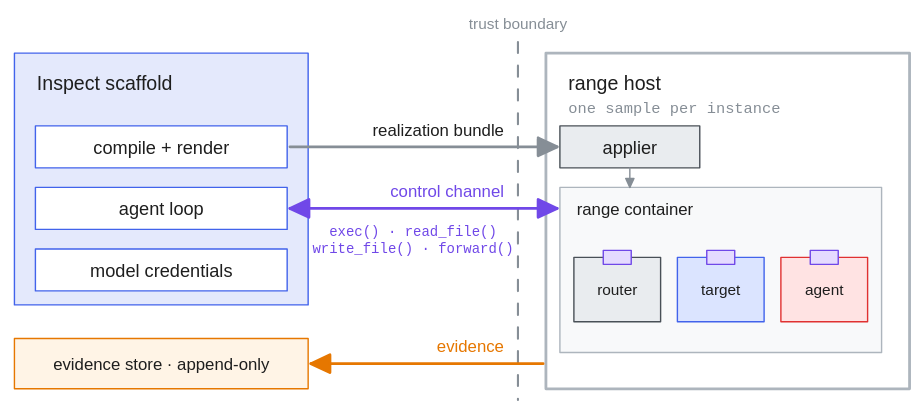
Above: docs/diagrams/range-host.excalidraw.svg in meridianlabs-ai/inspect_ranges (Excalidraw), before the change. Source tidied: one line per element, renumbered; positions are measured from the earlier drawing's top-left corner, leaving out a move shared by most shapes.
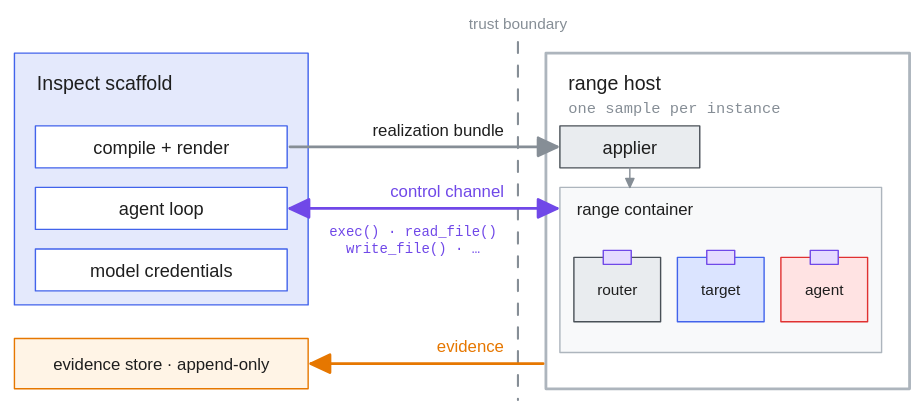
After the commit.

Commit message:
diagram verbs: ellipsis instead of forward()

What changed in the source:
```diff
@@ -31,6 +31,6 @@
 {"id": 30, "type": "arrow", "strokeColor": "#868e96", "strokeWidth": 2, "roughness": 0, "endArrowhead": "triangle", "round": true, "from": 2, "to": 13, "x": 197, "y": 95, "width": 191, "height": 0, "points": [[0, 0], [191, 0]]}
 {"id": 31, "type": "text", "text": "control channel", "strokeColor": "#7048e8", "strokeWidth": 1, "roughness": 0, "fontSize": 12, "fontFamily": 2, "textAlign": "right", "x": 242, "y": 119, "width": 108, "height": 15}
 {"id": 32, "type": "arrow", "strokeColor": "#7048e8", "strokeWidth": 2, "roughness": 0, "startArrowhead": "triangle", "endArrowhead": "triangle", "round": true, "from": 4, "to": 15, "x": 197, "y": 139, "width": 191, "height": 0, "points": [[0, 0], [191, 0]]}
-{"id": 33, "type": "text", "text": "exec() · read_file()\nwrite_file() · forward()", "strokeColor": "#7048e8", "strokeWidth": 1, "roughness": 0, "fontSize": 10, "fontFamily": 3, "textAlign": "center", "x": 213, "y": 149, "width": 144, "height": 25}
+{"id": 33, "type": "text", "text": "exec() · read_file()\nwrite_file() · …", "strokeColor": "#7048e8", "strokeWidth": 1, "roughness": 0, "fontSize": 10, "fontFamily": 3, "textAlign": "center", "x": 225, "y": 149, "width": 120, "height": 25}
 {"id": 34, "type": "text", "text": "evidence", "strokeColor": "#e67700", "strokeWidth": 1, "roughness": 0, "fontSize": 12, "fontFamily": 2, "textAlign": "right", "x": 292, "y": 230, "width": 58, "height": 15}
 {"id": 35, "type": "arrow", "strokeColor": "#e67700", "strokeWidth": 2, "roughness": 0, "endArrowhead": "triangle", "round": true, "to": 8, "x": 378, "y": 250, "width": 166, "height": 0, "points": [[0, 0], [-166, 0]]}
```
